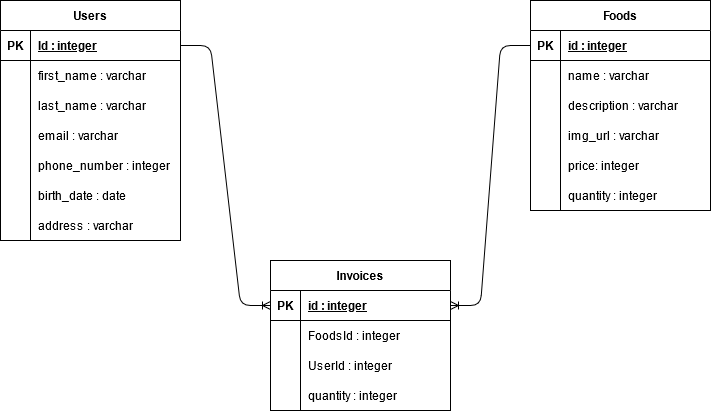
Before: assets/simple_restaurant.png, a diagram exported from draw.io (039710/Bakmi_Polim). Source tidied: cells renumbered, new cells last; positions are measured from the earlier drawing's top-left corner, leaving out a move shared by most shapes.
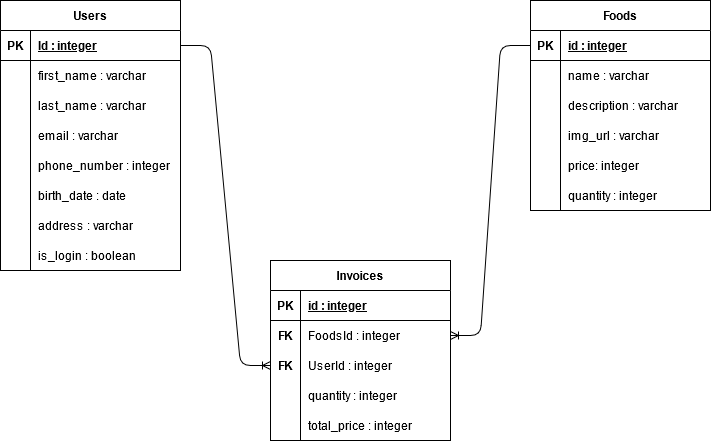
The same file after the commit.

What changed in the source:
```diff
@@ -3,7 +3,7 @@
     <mxCell id="0" />
     <mxCell id="1" parent="0" />
     <mxCell id="2" value="Users" style="shape=table;startSize=30;rowLines=0;fontStyle=1;align=center;" parent="1" vertex="1">
-      <mxGeometry width="180" height="240" as="geometry" />
+      <mxGeometry width="180" height="270" as="geometry" />
     </mxCell>
     <mxCell id="3" style="shape=partialRectangle;fillColor=none;top=0;left=0;bottom=1;right=0;points=[[0,0.5],[1,0.5]];portConstraint=eastwest;" parent="2" vertex="1">
       <mxGeometry y="30" width="180" height="30" as="geometry" />
@@ -68,6 +68,15 @@
     <mxCell id="23" value="address : varchar" style="shape=partialRectangle;fillColor=none;top=0;left=0;bottom=0;right=0;align=left;spacingLeft=6;overflow=hidden;" parent="21" vertex="1">
       <mxGeometry x="30" width="150" height="30" as="geometry" />
     </mxCell>
+    <mxCell id="58" style="shape=partialRectangle;fillColor=none;top=0;left=0;bottom=0;right=0;" parent="2" vertex="1">
+      <mxGeometry y="240" width="180" height="30" as="geometry" />
+    </mxCell>
+    <mxCell id="59" style="shape=partialRectangle;fillColor=none;top=0;left=0;bottom=0;right=0;overflow=hidden;" parent="58" vertex="1">
+      <mxGeometry width="30" height="30" as="geometry" />
+    </mxCell>
+    <mxCell id="60" value="is_login : boolean" style="shape=partialRectangle;fillColor=none;top=0;left=0;bottom=0;right=0;align=left;spacingLeft=6;overflow=hidden;" parent="58" vertex="1">
+      <mxGeometry x="30" width="150" height="30" as="geometry" />
+    </mxCell>
     <mxCell id="24" value="Foods" style="shape=table;startSize=30;rowLines=0;fontStyle=1;align=center;" parent="1" vertex="1">
       <mxGeometry x="530" width="180" height="210" as="geometry" />
     </mxCell>
@@ -126,7 +135,7 @@
       <mxGeometry x="30" width="150" height="30" as="geometry" />
     </mxCell>
     <mxCell id="43" value="Invoices" style="shape=table;startSize=30;rowLines=0;fontStyle=1;align=center;" parent="1" vertex="1">
-      <mxGeometry x="270" y="260" width="180" height="150" as="geometry" />
+      <mxGeometry x="270" y="260" width="180" height="180" as="geometry" />
     </mxCell>
     <mxCell id="44" style="shape=partialRectangle;fillColor=none;top=0;left=0;bottom=1;right=0;points=[[0,0.5],[1,0.5]];portConstraint=eastwest;" parent="43" vertex="1">
       <mxGeometry y="30" width="180" height="30" as="geometry" />
@@ -140,7 +149,7 @@
     <mxCell id="47" style="shape=partialRectangle;fillColor=none;top=0;left=0;bottom=0;right=0;points=[[0,0.5],[1,0.5]];portConstraint=eastwest;" parent="43" vertex="1">
       <mxGeometry y="60" width="180" height="30" as="geometry" />
     </mxCell>
-    <mxCell id="48" style="shape=partialRectangle;fillColor=none;top=0;left=0;bottom=0;right=0;overflow=hidden;" parent="47" vertex="1">
+    <mxCell id="48" value="FK" style="shape=partialRectangle;fillColor=none;top=0;left=0;bottom=0;right=0;overflow=hidden;fontStyle=1;" parent="47" vertex="1">
       <mxGeometry width="30" height="30" as="geometry" />
     </mxCell>
     <mxCell id="49" value="FoodsId : integer" style="shape=partialRectangle;fillColor=none;top=0;left=0;bottom=0;right=0;align=left;spacingLeft=6;overflow=hidden;" parent="47" vertex="1">
@@ -149,7 +158,7 @@
     <mxCell id="50" style="shape=partialRectangle;fillColor=none;top=0;left=0;bottom=0;right=0;points=[[0,0.5],[1,0.5]];portConstraint=eastwest;" parent="43" vertex="1">
       <mxGeometry y="90" width="180" height="30" as="geometry" />
     </mxCell>
-    <mxCell id="51" style="shape=partialRectangle;fillColor=none;top=0;left=0;bottom=0;right=0;overflow=hidden;" parent="50" vertex="1">
+    <mxCell id="51" value="FK" style="shape=partialRectangle;fillColor=none;top=0;left=0;bottom=0;right=0;overflow=hidden;fontStyle=1;" parent="50" vertex="1">
       <mxGeometry width="30" height="30" as="geometry" />
     </mxCell>
     <mxCell id="52" value="UserId : integer" style="shape=partialRectangle;fillColor=none;top=0;left=0;bottom=0;right=0;align=left;spacingLeft=6;overflow=hidden;" parent="50" vertex="1">
@@ -164,10 +173,19 @@
     <mxCell id="55" value="quantity : integer" style="shape=partialRectangle;fillColor=none;top=0;left=0;bottom=0;right=0;align=left;spacingLeft=6;overflow=hidden;" parent="53" vertex="1">
       <mxGeometry x="30" width="150" height="30" as="geometry" />
     </mxCell>
+    <mxCell id="61" style="shape=partialRectangle;fillColor=none;top=0;left=0;bottom=0;right=0;" parent="43" vertex="1">
+      <mxGeometry y="150" width="180" height="30" as="geometry" />
+    </mxCell>
+    <mxCell id="62" style="shape=partialRectangle;fillColor=none;top=0;left=0;bottom=0;right=0;overflow=hidden;" parent="61" vertex="1">
+      <mxGeometry width="30" height="30" as="geometry" />
+    </mxCell>
+    <mxCell id="63" value="total_price : integer" style="shape=partialRectangle;fillColor=none;top=0;left=0;bottom=0;right=0;align=left;spacingLeft=6;overflow=hidden;" parent="61" vertex="1">
+      <mxGeometry x="30" width="150" height="30" as="geometry" />
+    </mxCell>
-    <mxCell id="56" style="edgeStyle=entityRelationEdgeStyle;fontSize=12;html=1;endArrow=ERoneToMany;entryX=0;entryY=0.5;entryDx=0;entryDy=0;exitX=1;exitY=0.5;exitDx=0;exitDy=0;" parent="1" edge="1" source="3" target="44">
+    <mxCell id="56" style="edgeStyle=entityRelationEdgeStyle;fontSize=12;html=1;endArrow=ERoneToMany;entryX=0;entryY=0.5;entryDx=0;entryDy=0;exitX=1;exitY=0.5;exitDx=0;exitDy=0;" parent="1" edge="1" source="3" target="50">
       <mxGeometry relative="1" as="geometry" />
     </mxCell>
-    <mxCell id="57" style="edgeStyle=entityRelationEdgeStyle;fontSize=12;html=1;endArrow=ERoneToMany;exitX=0;exitY=0.5;exitDx=0;exitDy=0;entryX=1;entryY=0.5;entryDx=0;entryDy=0;" parent="1" edge="1" source="25" target="44">
+    <mxCell id="57" style="edgeStyle=entityRelationEdgeStyle;fontSize=12;html=1;endArrow=ERoneToMany;exitX=0;exitY=0.5;exitDx=0;exitDy=0;entryX=1;entryY=0.5;entryDx=0;entryDy=0;" parent="1" edge="1" source="25" target="47">
       <mxGeometry relative="1" as="geometry" />
     </mxCell>
   </root>
```
